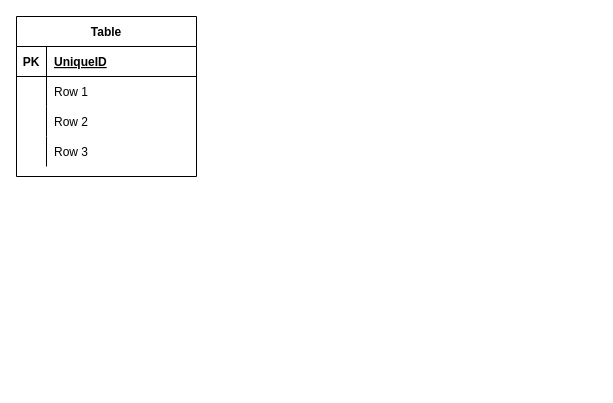
Above: test.dio in izumiyama-daisuke/medicalsharing (draw.io), before the change. Source tidied: cells renumbered, new cells numbered last; positions are measured from the earlier drawing's top-left corner, leaving out a move shared by most shapes. Both pictures are drawn from the tidied source at 100%, with x=0, y=0 at pixel (16, 16).
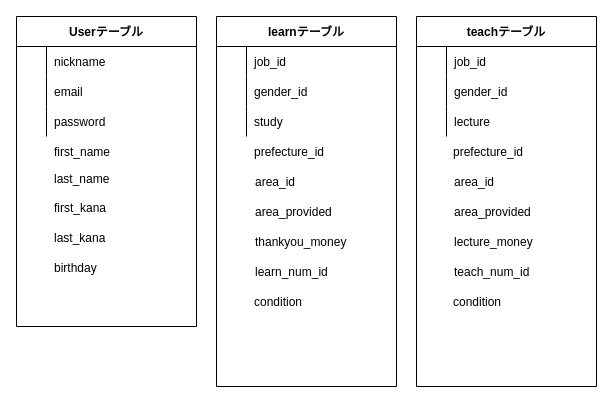
Above is the later version.

What changed in the source:
```diff
@@
-    <mxCell id="2" value="Table" style="shape=table;startSize=30;childLayout=tableLayout;rowLines=0;fontStyle=1;align=center;" parent="1" vertex="1">
-      <mxGeometry width="180" height="160" as="geometry" />
+    <mxCell id="2" value="Userテーブル" style="shape=table;startSize=30;childLayout=tableLayout;rowLines=0;fontStyle=1;align=center;" parent="1" vertex="1">
+      <mxGeometry width="180" height="310" as="geometry" />
     </mxCell>
-    <mxCell id="3" style="shape=partialRectangle;fillColor=none;top=0;left=0;bottom=1;right=0;" parent="2" vertex="1">
-      <mxGeometry y="30" width="180" height="30" as="geometry" />
-    </mxCell>
-    <mxCell id="4" value="PK" style="shape=partialRectangle;fillColor=none;top=0;left=0;bottom=0;right=0;fontStyle=1;overflow=hidden;" parent="3" vertex="1">
-      <mxGeometry width="30" height="30" as="geometry" />
-    </mxCell>
-    <mxCell id="5" value="UniqueID" style="shape=partialRectangle;fillColor=none;top=0;left=0;bottom=0;right=0;align=left;spacingLeft=6;fontStyle=5;overflow=hidden;" parent="3" vertex="1">
-      <mxGeometry x="30" width="150" height="30" as="geometry" />
-    </mxCell>
     <mxCell id="6" style="shape=partialRectangle;fillColor=none;top=0;left=0;bottom=0;right=0;" parent="2" vertex="1">
-      <mxGeometry y="60" width="180" height="30" as="geometry" />
+      <mxGeometry y="30" width="180" height="30" as="geometry" />
     </mxCell>
@@
-    <mxCell id="8" value="Row 1" style="shape=partialRectangle;fillColor=none;top=0;left=0;bottom=0;right=0;align=left;spacingLeft=6;overflow=hidden;" parent="6" vertex="1">
+    <mxCell id="8" value="nickname" style="shape=partialRectangle;fillColor=none;top=0;left=0;bottom=0;right=0;align=left;spacingLeft=6;overflow=hidden;" parent="6" vertex="1">
       <mxGeometry x="30" width="150" height="30" as="geometry" />
     </mxCell>
     <mxCell id="9" style="shape=partialRectangle;fillColor=none;top=0;left=0;bottom=0;right=0;" parent="2" vertex="1">
-      <mxGeometry y="90" width="180" height="30" as="geometry" />
+      <mxGeometry y="60" width="180" height="30" as="geometry" />
     </mxCell>
@@
-    <mxCell id="11" value="Row 2" style="shape=partialRectangle;fillColor=none;top=0;left=0;bottom=0;right=0;align=left;spacingLeft=6;overflow=hidden;" parent="9" vertex="1">
+    <mxCell id="11" value="email" style="shape=partialRectangle;fillColor=none;top=0;left=0;bottom=0;right=0;align=left;spacingLeft=6;overflow=hidden;" parent="9" vertex="1">
       <mxGeometry x="30" width="150" height="30" as="geometry" />
     </mxCell>
     <mxCell id="12" style="shape=partialRectangle;fillColor=none;top=0;left=0;bottom=0;right=0;" parent="2" vertex="1">
-      <mxGeometry y="120" width="180" height="30" as="geometry" />
+      <mxGeometry y="90" width="180" height="30" as="geometry" />
     </mxCell>
@@
-    <mxCell id="14" value="Row 3" style="shape=partialRectangle;fillColor=none;top=0;left=0;bottom=0;right=0;align=left;spacingLeft=6;overflow=hidden;" parent="12" vertex="1">
+    <mxCell id="14" value="password" style="shape=partialRectangle;fillColor=none;top=0;left=0;bottom=0;right=0;align=left;spacingLeft=6;overflow=hidden;" parent="12" vertex="1">
       <mxGeometry x="30" width="150" height="30" as="geometry" />
     </mxCell>
+    <mxCell id="15" value="first_name" style="shape=partialRectangle;fillColor=none;top=0;left=0;bottom=0;right=0;align=left;spacingLeft=6;overflow=hidden;" parent="1" vertex="1">
+      <mxGeometry x="30" y="120" width="150" height="30" as="geometry" />
+    </mxCell>
+    <mxCell id="16" value="last_name" style="shape=partialRectangle;fillColor=none;top=0;left=0;bottom=0;right=0;align=left;spacingLeft=6;overflow=hidden;" parent="1" vertex="1">
+      <mxGeometry x="30" y="147" width="150" height="30" as="geometry" />
+    </mxCell>
+    <mxCell id="17" value="first_kana" style="shape=partialRectangle;fillColor=none;top=0;left=0;bottom=0;right=0;align=left;spacingLeft=6;overflow=hidden;" parent="1" vertex="1">
+      <mxGeometry x="30" y="176" width="150" height="30" as="geometry" />
+    </mxCell>
+    <mxCell id="18" value="last_kana" style="shape=partialRectangle;fillColor=none;top=0;left=0;bottom=0;right=0;align=left;spacingLeft=6;overflow=hidden;" parent="1" vertex="1">
+      <mxGeometry x="30" y="206" width="150" height="30" as="geometry" />
+    </mxCell>
+    <mxCell id="19" value="birthday" style="shape=partialRectangle;fillColor=none;top=0;left=0;bottom=0;right=0;align=left;spacingLeft=6;overflow=hidden;" parent="1" vertex="1">
+      <mxGeometry x="30" y="236" width="150" height="30" as="geometry" />
+    </mxCell>
+    <mxCell id="20" value="learnテーブル" style="shape=table;startSize=30;childLayout=tableLayout;rowLines=0;fontStyle=1;align=center;" parent="1" vertex="1">
+      <mxGeometry x="200" width="180" height="370" as="geometry" />
+    </mxCell>
+    <mxCell id="21" style="shape=partialRectangle;fillColor=none;top=0;left=0;bottom=0;right=0;" parent="20" vertex="1">
+      <mxGeometry y="30" width="180" height="30" as="geometry" />
+    </mxCell>
+    <mxCell id="22" style="shape=partialRectangle;fillColor=none;top=0;left=0;bottom=0;right=0;overflow=hidden;" parent="21" vertex="1">
+      <mxGeometry width="30" height="30" as="geometry" />
+    </mxCell>
+    <mxCell id="23" value="job_id" style="shape=partialRectangle;fillColor=none;top=0;left=0;bottom=0;right=0;align=left;spacingLeft=6;overflow=hidden;" parent="21" vertex="1">
+      <mxGeometry x="30" width="150" height="30" as="geometry" />
+    </mxCell>
+    <mxCell id="24" style="shape=partialRectangle;fillColor=none;top=0;left=0;bottom=0;right=0;" parent="20" vertex="1">
+      <mxGeometry y="60" width="180" height="30" as="geometry" />
+    </mxCell>
+    <mxCell id="25" style="shape=partialRectangle;fillColor=none;top=0;left=0;bottom=0;right=0;overflow=hidden;" parent="24" vertex="1">
+      <mxGeometry width="30" height="30" as="geometry" />
+    </mxCell>
+    <mxCell id="26" value="gender_id" style="shape=partialRectangle;fillColor=none;top=0;left=0;bottom=0;right=0;align=left;spacingLeft=6;overflow=hidden;" parent="24" vertex="1">
+      <mxGeometry x="30" width="150" height="30" as="geometry" />
+    </mxCell>
+    <mxCell id="27" style="shape=partialRectangle;fillColor=none;top=0;left=0;bottom=0;right=0;" parent="20" vertex="1">
+      <mxGeometry y="90" width="180" height="30" as="geometry" />
+    </mxCell>
+    <mxCell id="28" style="shape=partialRectangle;fillColor=none;top=0;left=0;bottom=0;right=0;overflow=hidden;" parent="27" vertex="1">
+      <mxGeometry width="30" height="30" as="geometry" />
+    </mxCell>
+    <mxCell id="29" value="study" style="shape=partialRectangle;fillColor=none;top=0;left=0;bottom=0;right=0;align=left;spacingLeft=6;overflow=hidden;" parent="27" vertex="1">
+      <mxGeometry x="30" width="150" height="30" as="geometry" />
+    </mxCell>
+    <mxCell id="30" value="prefecture_id" style="shape=partialRectangle;fillColor=none;top=0;left=0;bottom=0;right=0;align=left;spacingLeft=6;overflow=hidden;" parent="1" vertex="1">
+      <mxGeometry x="230" y="120" width="150" height="30" as="geometry" />
+    </mxCell>
+    <mxCell id="31" value="area_id" style="shape=partialRectangle;fillColor=none;top=0;left=0;bottom=0;right=0;align=left;spacingLeft=6;overflow=hidden;" parent="1" vertex="1">
+      <mxGeometry x="231" y="150" width="119" height="30" as="geometry" />
+    </mxCell>
+    <mxCell id="32" value="area_provided" style="shape=partialRectangle;fillColor=none;top=0;left=0;bottom=0;right=0;align=left;spacingLeft=6;overflow=hidden;" parent="1" vertex="1">
+      <mxGeometry x="231" y="180" width="150" height="30" as="geometry" />
+    </mxCell>
+    <mxCell id="33" value="thankyou_money" style="shape=partialRectangle;fillColor=none;top=0;left=0;bottom=0;right=0;align=left;spacingLeft=6;overflow=hidden;" parent="1" vertex="1">
+      <mxGeometry x="231" y="210" width="150" height="30" as="geometry" />
+    </mxCell>
+    <mxCell id="34" value="learn_num_id" style="shape=partialRectangle;fillColor=none;top=0;left=0;bottom=0;right=0;align=left;spacingLeft=6;overflow=hidden;" parent="1" vertex="1">
+      <mxGeometry x="231" y="240" width="150" height="30" as="geometry" />
+    </mxCell>
+    <mxCell id="35" value="condition" style="shape=partialRectangle;fillColor=none;top=0;left=0;bottom=0;right=0;align=left;spacingLeft=6;overflow=hidden;" parent="1" vertex="1">
+      <mxGeometry x="230" y="270" width="150" height="30" as="geometry" />
+    </mxCell>
+    <mxCell id="36" value="teachテーブル" style="shape=table;startSize=30;childLayout=tableLayout;rowLines=0;fontStyle=1;align=center;" parent="1" vertex="1">
+      <mxGeometry x="400" width="180" height="370" as="geometry" />
+    </mxCell>
+    <mxCell id="37" style="shape=partialRectangle;fillColor=none;top=0;left=0;bottom=0;right=0;" parent="36" vertex="1">
+      <mxGeometry y="30" width="180" height="30" as="geometry" />
+    </mxCell>
+    <mxCell id="38" style="shape=partialRectangle;fillColor=none;top=0;left=0;bottom=0;right=0;overflow=hidden;" parent="37" vertex="1">
+      <mxGeometry width="30" height="30" as="geometry" />
+    </mxCell>
+    <mxCell id="39" value="job_id" style="shape=partialRectangle;fillColor=none;top=0;left=0;bottom=0;right=0;align=left;spacingLeft=6;overflow=hidden;" parent="37" vertex="1">
+      <mxGeometry x="30" width="150" height="30" as="geometry" />
+    </mxCell>
+    <mxCell id="40" style="shape=partialRectangle;fillColor=none;top=0;left=0;bottom=0;right=0;" parent="36" vertex="1">
+      <mxGeometry y="60" width="180" height="30" as="geometry" />
+    </mxCell>
+    <mxCell id="41" style="shape=partialRectangle;fillColor=none;top=0;left=0;bottom=0;right=0;overflow=hidden;" parent="40" vertex="1">
+      <mxGeometry width="30" height="30" as="geometry" />
+    </mxCell>
+    <mxCell id="42" value="gender_id" style="shape=partialRectangle;fillColor=none;top=0;left=0;bottom=0;right=0;align=left;spacingLeft=6;overflow=hidden;" parent="40" vertex="1">
+      <mxGeometry x="30" width="150" height="30" as="geometry" />
+    </mxCell>
+    <mxCell id="43" style="shape=partialRectangle;fillColor=none;top=0;left=0;bottom=0;right=0;" parent="36" vertex="1">
+      <mxGeometry y="90" width="180" height="30" as="geometry" />
+    </mxCell>
+    <mxCell id="44" style="shape=partialRectangle;fillColor=none;top=0;left=0;bottom=0;right=0;overflow=hidden;" parent="43" vertex="1">
+      <mxGeometry width="30" height="30" as="geometry" />
+    </mxCell>
+    <mxCell id="45" value="lecture" style="shape=partialRectangle;fillColor=none;top=0;left=0;bottom=0;right=0;align=left;spacingLeft=6;overflow=hidden;" parent="43" vertex="1">
+      <mxGeometry x="30" width="150" height="30" as="geometry" />
+    </mxCell>
+    <mxCell id="46" value="prefecture_id" style="shape=partialRectangle;fillColor=none;top=0;left=0;bottom=0;right=0;align=left;spacingLeft=6;overflow=hidden;" parent="1" vertex="1">
+      <mxGeometry x="429" y="120" width="150" height="30" as="geometry" />
+    </mxCell>
+    <mxCell id="47" value="area_id" style="shape=partialRectangle;fillColor=none;top=0;left=0;bottom=0;right=0;align=left;spacingLeft=6;overflow=hidden;" parent="1" vertex="1">
+      <mxGeometry x="430" y="150" width="119" height="30" as="geometry" />
+    </mxCell>
+    <mxCell id="48" value="area_provided" style="shape=partialRectangle;fillColor=none;top=0;left=0;bottom=0;right=0;align=left;spacingLeft=6;overflow=hidden;" parent="1" vertex="1">
+      <mxGeometry x="430" y="180" width="150" height="30" as="geometry" />
+    </mxCell>
+    <mxCell id="49" value="lecture_money" style="shape=partialRectangle;fillColor=none;top=0;left=0;bottom=0;right=0;align=left;spacingLeft=6;overflow=hidden;" parent="1" vertex="1">
+      <mxGeometry x="430" y="210" width="150" height="30" as="geometry" />
+    </mxCell>
+    <mxCell id="50" value="teach_num_id" style="shape=partialRectangle;fillColor=none;top=0;left=0;bottom=0;right=0;align=left;spacingLeft=6;overflow=hidden;" parent="1" vertex="1">
+      <mxGeometry x="430" y="240" width="150" height="30" as="geometry" />
+    </mxCell>
+    <mxCell id="51" value="condition" style="shape=partialRectangle;fillColor=none;top=0;left=0;bottom=0;right=0;align=left;spacingLeft=6;overflow=hidden;" parent="1" vertex="1">
+      <mxGeometry x="429" y="270" width="150" height="30" as="geometry" />
+    </mxCell>
```
